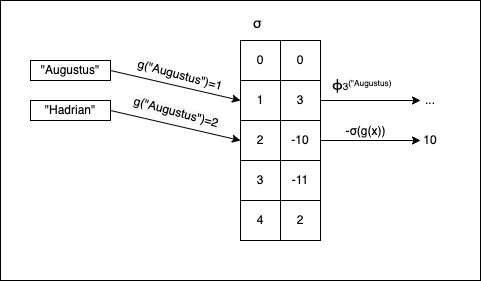
The draw.io diagram assets/images/2022-03-15-perfect-hashing-with-java/fct.drawio.png in nomemory/andreinc-site, before a commit. Source tidied: cells renumbered, new cells last; positions are measured from the earlier drawing's top-left corner, leaving out a move shared by most shapes. Its diagram source:
```xml
<mxGraphModel>
  <root>
    <mxCell id="0" />
    <mxCell id="1" parent="0" />
    <mxCell id="2" style="rounded=0;whiteSpace=wrap;html=1;labelBackgroundColor=#FFFFFF;fontFamily=Helvetica;fontColor=#000000;fillColor=none;" parent="1" vertex="1">
      <mxGeometry width="480" height="280" as="geometry" />
    </mxCell>
    <mxCell id="3" value="&quot;Augustus&quot;" style="rounded=0;whiteSpace=wrap;html=1;" parent="1" vertex="1">
      <mxGeometry x="30" y="60" width="80" height="20" as="geometry" />
    </mxCell>
    <mxCell id="4" value="0" style="rounded=0;whiteSpace=wrap;html=1;" parent="1" vertex="1">
      <mxGeometry x="240" y="40" width="40" height="40" as="geometry" />
    </mxCell>
    <mxCell id="5" value="1" style="rounded=0;whiteSpace=wrap;html=1;" parent="1" vertex="1">
      <mxGeometry x="240" y="80" width="40" height="40" as="geometry" />
    </mxCell>
    <mxCell id="6" value="2" style="rounded=0;whiteSpace=wrap;html=1;" parent="1" vertex="1">
      <mxGeometry x="240" y="120" width="40" height="40" as="geometry" />
    </mxCell>
    <mxCell id="7" value="3" style="rounded=0;whiteSpace=wrap;html=1;" parent="1" vertex="1">
      <mxGeometry x="240" y="160" width="40" height="40" as="geometry" />
    </mxCell>
    <mxCell id="8" value="4" style="rounded=0;whiteSpace=wrap;html=1;" parent="1" vertex="1">
      <mxGeometry x="240" y="200" width="40" height="40" as="geometry" />
    </mxCell>
    <mxCell id="9" value="&lt;span id=&quot;MathJax-Element-49-Frame&quot; class=&quot;mjx-chtml MathJax_CHTML&quot; tabindex=&quot;0&quot; style=&quot;font-size: 116% ; position: relative&quot;&gt;&lt;span id=&quot;MJXc-Node-451&quot; class=&quot;mjx-math&quot;&gt;&lt;span id=&quot;MJXc-Node-452&quot; class=&quot;mjx-mrow&quot;&gt;&lt;span id=&quot;MJXc-Node-458&quot; class=&quot;mjx-mrow MJXc-space3&quot;&gt;&lt;span id=&quot;MJXc-Node-460&quot; class=&quot;mjx-mtable&quot; style=&quot;vertical-align: -1.082em ; padding: 0px 0.167em&quot;&gt;&lt;span class=&quot;mjx-table&quot;&gt;&lt;span id=&quot;MJXc-Node-492&quot; class=&quot;mjx-mtr&quot; style=&quot;height: 1.275em&quot;&gt;&lt;span id=&quot;MJXc-Node-493&quot; class=&quot;mjx-mtd&quot; style=&quot;padding: 0.2em 0.5em 0px 0px ; text-align: left&quot;&gt;&lt;span id=&quot;MJXc-Node-494&quot; class=&quot;mjx-mrow&quot; style=&quot;margin-top: -0.2em&quot;&gt;&lt;span id=&quot;MJXc-Node-495&quot; class=&quot;mjx-texatom&quot;&gt;&lt;span id=&quot;MJXc-Node-496&quot; class=&quot;mjx-mrow&quot;&gt;&lt;span id=&quot;MJXc-Node-497&quot; class=&quot;mjx-mo&quot;&gt;&lt;span class=&quot;mjx-char MJXc-TeX-math-I&quot; style=&quot;padding-top: 0.198em ; padding-bottom: 0.276em&quot;&gt;σ&lt;/span&gt;&lt;/span&gt;&lt;/span&gt;&lt;/span&gt;&lt;/span&gt;&lt;/span&gt;&lt;/span&gt;&lt;/span&gt;&lt;/span&gt;&lt;/span&gt;&lt;/span&gt;&lt;/span&gt;&lt;/span&gt;" style="text;html=1;strokeColor=none;fillColor=none;align=center;verticalAlign=middle;whiteSpace=wrap;rounded=0;" parent="1" vertex="1">
      <mxGeometry x="230" width="60" height="30" as="geometry" />
    </mxCell>
    <mxCell id="10" value="0" style="rounded=0;whiteSpace=wrap;html=1;" parent="1" vertex="1">
      <mxGeometry x="280" y="40" width="40" height="40" as="geometry" />
    </mxCell>
    <mxCell id="11" value="3" style="rounded=0;whiteSpace=wrap;html=1;" parent="1" vertex="1">
      <mxGeometry x="280" y="80" width="40" height="40" as="geometry" />
    </mxCell>
    <mxCell id="12" value="-10" style="rounded=0;whiteSpace=wrap;html=1;" parent="1" vertex="1">
      <mxGeometry x="280" y="120" width="40" height="40" as="geometry" />
    </mxCell>
    <mxCell id="13" value="-11" style="rounded=0;whiteSpace=wrap;html=1;" parent="1" vertex="1">
      <mxGeometry x="280" y="160" width="40" height="40" as="geometry" />
    </mxCell>
    <mxCell id="14" value="2" style="rounded=0;whiteSpace=wrap;html=1;" parent="1" vertex="1">
      <mxGeometry x="280" y="200" width="40" height="40" as="geometry" />
    </mxCell>
    <mxCell id="15" style="endArrow=classic;html=1;rounded=0;exitX=1;exitY=0.5;exitDx=0;exitDy=0;entryX=0;entryY=0.5;entryDx=0;entryDy=0;" parent="1" edge="1" source="3" target="5">
      <mxGeometry relative="1" as="geometry" />
    </mxCell>
    <mxCell id="16" value="g(&quot;Augustus&quot;)=1" style="text;html=1;strokeColor=none;fillColor=none;align=center;verticalAlign=middle;whiteSpace=wrap;rounded=0;rotation=15;" parent="1" vertex="1">
      <mxGeometry x="150" y="60" width="60" height="30" as="geometry" />
    </mxCell>
    <mxCell id="17" style="endArrow=classic;html=1;rounded=0;exitX=1;exitY=0.5;exitDx=0;exitDy=0;" parent="1" edge="1" source="11">
      <mxGeometry relative="1" as="geometry">
        <mxPoint x="420" y="100" as="targetPoint" />
      </mxGeometry>
    </mxCell>
    <mxCell id="18" value="&lt;span id=&quot;MathJax-Element-31-Frame&quot; class=&quot;mjx-chtml MathJax_CHTML&quot; tabindex=&quot;0&quot; style=&quot;position: relative&quot;&gt;&lt;span id=&quot;MJXc-Node-273&quot; class=&quot;mjx-math&quot;&gt;&lt;span id=&quot;MJXc-Node-274&quot; class=&quot;mjx-mrow&quot;&gt;&lt;span id=&quot;MJXc-Node-282&quot; class=&quot;mjx-msubsup&quot;&gt;&lt;span class=&quot;mjx-base&quot;&gt;&lt;span id=&quot;MJXc-Node-283&quot; class=&quot;mjx-mi&quot;&gt;&lt;span class=&quot;mjx-char MJXc-TeX-math-I&quot; style=&quot;padding-top: 0.472em ; padding-bottom: 0.472em&quot;&gt;&lt;span style=&quot;font-size: 116%&quot;&gt;ϕ&lt;/span&gt;&lt;font size=&quot;1&quot;&gt;3&lt;sup&gt;(&quot;Augustus)&lt;/sup&gt;&lt;/font&gt;&lt;/span&gt;&lt;/span&gt;&lt;/span&gt;&lt;/span&gt;&lt;/span&gt;&lt;/span&gt;&lt;/span&gt;" style="text;whiteSpace=wrap;html=1;" parent="1" vertex="1">
      <mxGeometry x="330" y="70" width="90" height="30" as="geometry" />
    </mxCell>
    <mxCell id="19" value="&quot;Hadrian&quot;" style="rounded=0;whiteSpace=wrap;html=1;" parent="1" vertex="1">
      <mxGeometry x="30" y="100" width="80" height="20" as="geometry" />
    </mxCell>
    <mxCell id="20" style="endArrow=classic;html=1;rounded=0;exitX=1;exitY=0.5;exitDx=0;exitDy=0;entryX=0;entryY=0.5;entryDx=0;entryDy=0;" parent="1" edge="1" source="19" target="6">
      <mxGeometry relative="1" as="geometry" />
    </mxCell>
    <mxCell id="21" value="&lt;span style=&quot;color: rgb(0 , 0 , 0) ; font-family: &amp;#34;helvetica&amp;#34; ; font-size: 12px ; font-style: normal ; font-weight: 400 ; letter-spacing: normal ; text-align: center ; text-indent: 0px ; text-transform: none ; word-spacing: 0px ; background-color: rgb(248 , 249 , 250) ; display: inline ; float: none&quot;&gt;g(&quot;Augustus&quot;)=2&lt;/span&gt;" style="text;whiteSpace=wrap;html=1;rotation=15;" parent="1" vertex="1">
      <mxGeometry x="130" y="100" width="110" height="30" as="geometry" />
    </mxCell>
    <mxCell id="22" style="endArrow=classic;html=1;rounded=0;exitX=1;exitY=0.5;exitDx=0;exitDy=0;" parent="1" edge="1" source="12">
      <mxGeometry relative="1" as="geometry">
        <mxPoint x="420" y="140" as="targetPoint" />
      </mxGeometry>
    </mxCell>
    <mxCell id="23" value="10" style="text;html=1;strokeColor=none;fillColor=none;align=center;verticalAlign=middle;whiteSpace=wrap;rounded=0;" parent="1" vertex="1">
      <mxGeometry x="400" y="125" width="60" height="30" as="geometry" />
    </mxCell>
    <mxCell id="24" value="&lt;div style=&quot;line-height: 18px&quot;&gt;&lt;span style=&quot;background-color: rgb(255 , 255 , 255)&quot;&gt;-σ(g(x))&lt;/span&gt;&lt;/div&gt;" style="text;html=1;align=center;verticalAlign=middle;strokeColor=none;fillColor=none;" parent="1" vertex="1">
      <mxGeometry x="335" y="120" width="60" height="20" as="geometry" />
    </mxCell>
    <mxCell id="25" value="..." style="text;html=1;strokeColor=none;fillColor=none;align=center;verticalAlign=middle;whiteSpace=wrap;rounded=0;labelBackgroundColor=#FFFFFF;fontFamily=Helvetica;fontColor=#000000;" parent="1" vertex="1">
      <mxGeometry x="420" y="85" width="20" height="30" as="geometry" />
    </mxCell>
  </root>
</mxGraphModel>
```
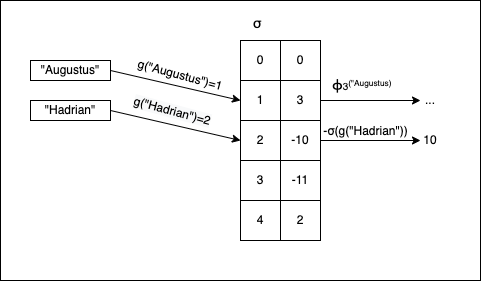
Above is the later version.

The edit, as a diff of the source:
```diff
@@ -61,7 +61,7 @@
     <mxCell id="20" style="endArrow=classic;html=1;rounded=0;exitX=1;exitY=0.5;exitDx=0;exitDy=0;entryX=0;entryY=0.5;entryDx=0;entryDy=0;" parent="1" edge="1" source="19" target="6">
       <mxGeometry relative="1" as="geometry" />
     </mxCell>
-    <mxCell id="21" value="&lt;span style=&quot;color: rgb(0 , 0 , 0) ; font-family: &amp;#34;helvetica&amp;#34; ; font-size: 12px ; font-style: normal ; font-weight: 400 ; letter-spacing: normal ; text-align: center ; text-indent: 0px ; text-transform: none ; word-spacing: 0px ; background-color: rgb(248 , 249 , 250) ; display: inline ; float: none&quot;&gt;g(&quot;Augustus&quot;)=2&lt;/span&gt;" style="text;whiteSpace=wrap;html=1;rotation=15;" parent="1" vertex="1">
+    <mxCell id="21" value="&lt;span style=&quot;color: rgb(0 , 0 , 0) ; font-family: &amp;#34;helvetica&amp;#34; ; font-size: 12px ; font-style: normal ; font-weight: 400 ; letter-spacing: normal ; text-align: center ; text-indent: 0px ; text-transform: none ; word-spacing: 0px ; background-color: rgb(248 , 249 , 250) ; display: inline ; float: none&quot;&gt;g(&quot;Hadrian&quot;)=2&lt;/span&gt;" style="text;whiteSpace=wrap;html=1;rotation=15;" parent="1" vertex="1">
       <mxGeometry x="130" y="100" width="110" height="30" as="geometry" />
     </mxCell>
     <mxCell id="22" style="endArrow=classic;html=1;rounded=0;exitX=1;exitY=0.5;exitDx=0;exitDy=0;" parent="1" edge="1" source="12">
@@ -72,8 +72,8 @@
     <mxCell id="23" value="10" style="text;html=1;strokeColor=none;fillColor=none;align=center;verticalAlign=middle;whiteSpace=wrap;rounded=0;" parent="1" vertex="1">
       <mxGeometry x="400" y="125" width="60" height="30" as="geometry" />
     </mxCell>
-    <mxCell id="24" value="&lt;div style=&quot;line-height: 18px&quot;&gt;&lt;span style=&quot;background-color: rgb(255 , 255 , 255)&quot;&gt;-σ(g(x))&lt;/span&gt;&lt;/div&gt;" style="text;html=1;align=center;verticalAlign=middle;strokeColor=none;fillColor=none;" parent="1" vertex="1">
-      <mxGeometry x="335" y="120" width="60" height="20" as="geometry" />
+    <mxCell id="24" value="&lt;div style=&quot;line-height: 18px&quot;&gt;&lt;span style=&quot;background-color: rgb(255 , 255 , 255)&quot;&gt;-σ(g(&quot;Hadrian&quot;))&lt;/span&gt;&lt;/div&gt;" style="text;html=1;align=center;verticalAlign=middle;strokeColor=none;fillColor=none;" parent="1" vertex="1">
+      <mxGeometry x="315" y="120" width="100" height="20" as="geometry" />
     </mxCell>
     <mxCell id="25" value="..." style="text;html=1;strokeColor=none;fillColor=none;align=center;verticalAlign=middle;whiteSpace=wrap;rounded=0;labelBackgroundColor=#FFFFFF;fontFamily=Helvetica;fontColor=#000000;" parent="1" vertex="1">
       <mxGeometry x="420" y="85" width="20" height="30" as="geometry" />
```
